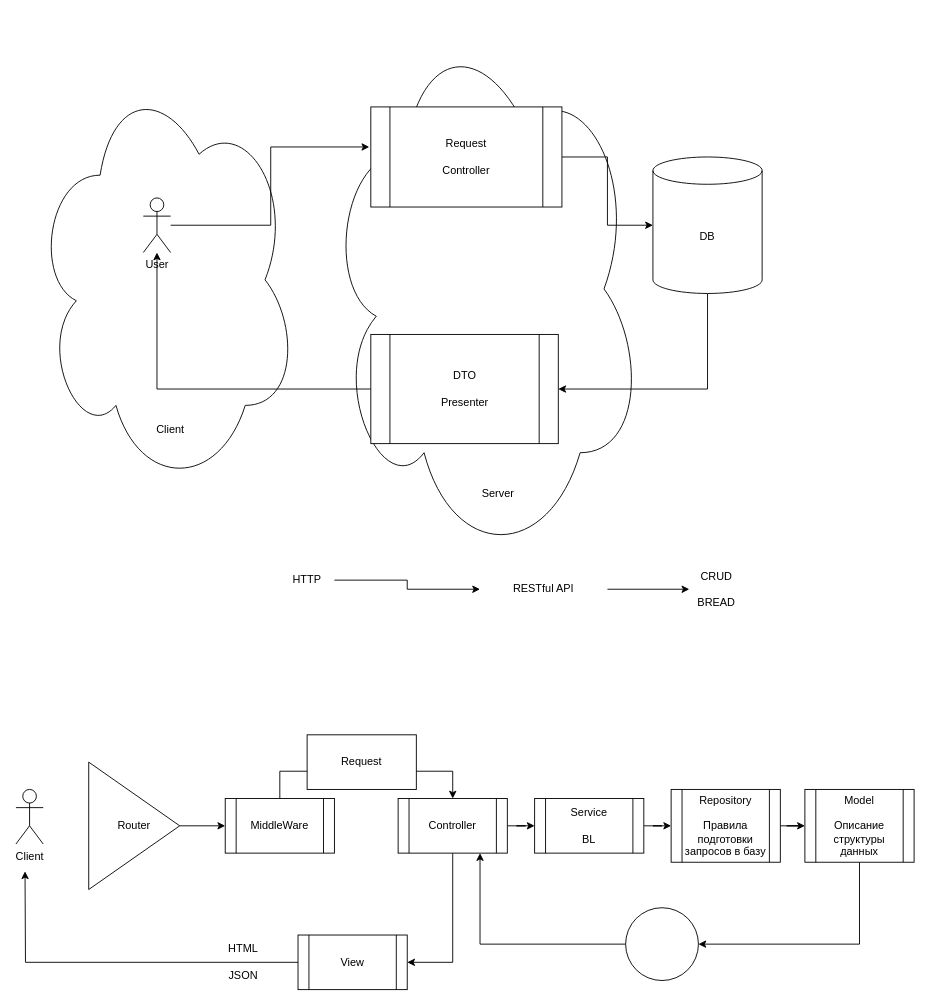
Before: page "Сторінка-4" (4 of 4) of Java.drawio in ninydev/pvu111, a draw.io diagram. Source tidied: cells renumbered, new cells numbered last; positions are measured from the earlier drawing's top-left corner, leaving out a move shared by most shapes. Both pictures are drawn from the tidied source at 91%, with x=0, y=0 at pixel (15, 15).
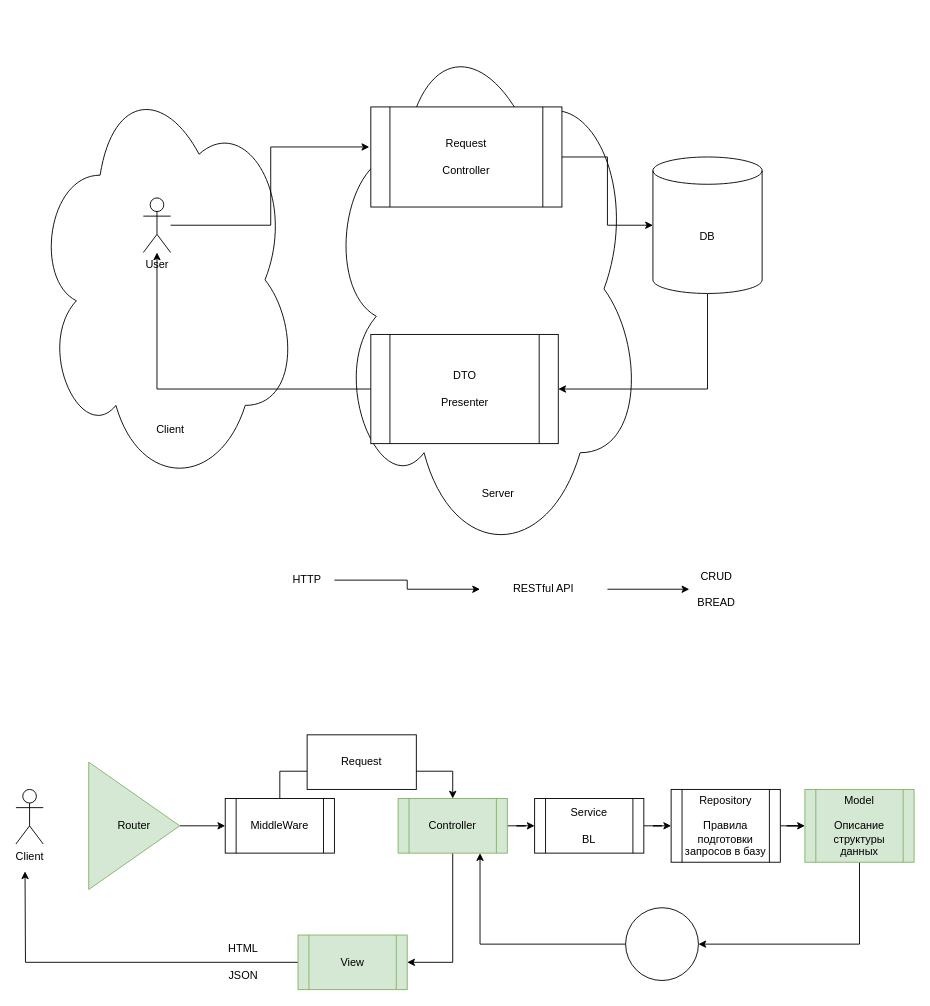
The same diagram, later.

The edit, as a diff of the source:
```diff
@@
-    <mxCell id="21" value="Router" style="triangle;whiteSpace=wrap;html=1;" parent="1" vertex="1">
+    <mxCell id="21" value="Router" style="triangle;whiteSpace=wrap;html=1;fillColor=#d5e8d4;strokeColor=#82b366;" parent="1" vertex="1">
       <mxGeometry x="80" y="820" width="100" height="140" as="geometry" />
     </mxCell>
@@
-    <mxCell id="26" value="Controller" style="shape=process;whiteSpace=wrap;html=1;backgroundOutline=1;" parent="1" vertex="1">
+    <mxCell id="26" value="Controller" style="shape=process;whiteSpace=wrap;html=1;backgroundOutline=1;fillColor=#d5e8d4;strokeColor=#82b366;" parent="1" vertex="1">
       <mxGeometry x="420" y="860" width="120" height="60" as="geometry" />
     </mxCell>
@@
-    <mxCell id="33" value="Model&lt;br&gt;&lt;br&gt;Описание структуры данных" style="shape=process;whiteSpace=wrap;html=1;backgroundOutline=1;" parent="1" vertex="1">
+    <mxCell id="33" value="Model&lt;br&gt;&lt;br&gt;Описание структуры данных" style="shape=process;whiteSpace=wrap;html=1;backgroundOutline=1;fillColor=#d5e8d4;strokeColor=#82b366;" parent="1" vertex="1">
       <mxGeometry x="867" y="850" width="120" height="80" as="geometry" />
     </mxCell>
@@
-    <mxCell id="35" value="View" style="shape=process;whiteSpace=wrap;html=1;backgroundOutline=1;" parent="1" vertex="1">
+    <mxCell id="35" value="View" style="shape=process;whiteSpace=wrap;html=1;backgroundOutline=1;fillColor=#d5e8d4;strokeColor=#82b366;" parent="1" vertex="1">
       <mxGeometry x="310" y="1010" width="120" height="60" as="geometry" />
     </mxCell>
```
